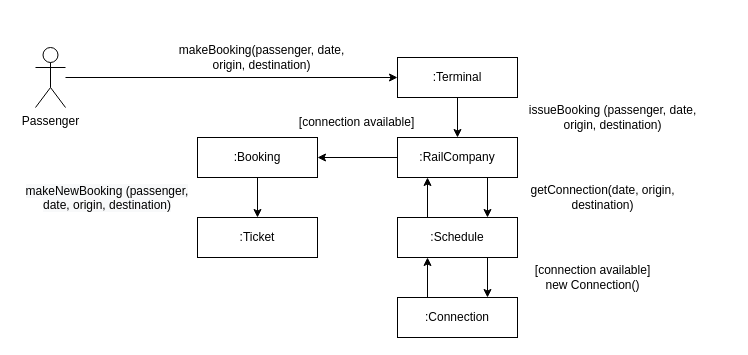
Earlier version of the draw.io diagram problem1_assig4.drawio (nkinesis/soen-6461-a4). Source tidied: cells renumbered, new cells numbered last; positions are measured from the earlier drawing's top-left corner, leaving out a move shared by most shapes. Both pictures are drawn from the tidied source at 100%, with x=0, y=0 at pixel (17, 37).
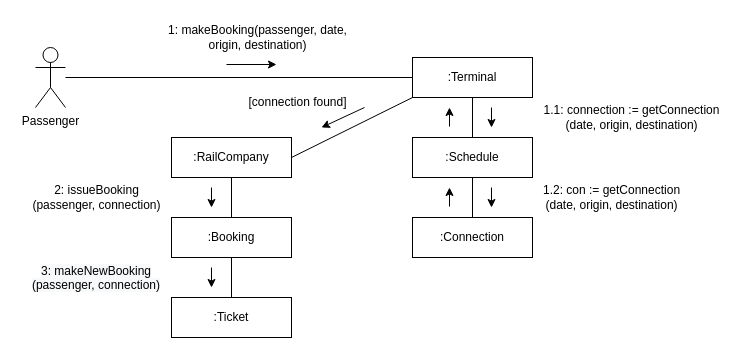
Above is the later version.

Commit message (it also covers changes not shown here):
update diagram and code

The change refers to these unchanged cells:
```xml
<mxCell id="3" value="Passenger&lt;br&gt;" style="shape=umlActor;verticalLabelPosition=bottom;verticalAlign=top;html=1;outlineConnect=0;" parent="1" vertex="1">
  <mxGeometry x="18" y="10" width="30" height="60" as="geometry" />
</mxCell>
```

What changed in the source:
```diff
@@
-    <mxCell id="2" style="edgeStyle=orthogonalEdgeStyle;rounded=0;jettySize=auto;html=1;" parent="1" edge="1" source="3" target="5">
-      <mxGeometry relative="1" as="geometry" />
-    </mxCell>
@@
-    <mxCell id="4" style="edgeStyle=orthogonalEdgeStyle;rounded=0;jettySize=auto;html=1;" parent="1" edge="1" source="5" target="9">
-      <mxGeometry relative="1" as="geometry" />
-    </mxCell>
     <mxCell id="5" value=":Terminal" style="rounded=0;whiteSpace=wrap;html=1;" parent="1" vertex="1">
-      <mxGeometry x="380" y="20" width="120" height="40" as="geometry" />
+      <mxGeometry x="395" y="20" width="120" height="40" as="geometry" />
     </mxCell>
-    <mxCell id="6" value="makeBooking(passenger, date, &lt;br&gt;origin, destination)" style="text;html=1;align=center;verticalAlign=middle;strokeColor=none;fillColor=none;" parent="1" vertex="1">
-      <mxGeometry x="149" width="190" height="40" as="geometry" />
+    <mxCell id="6" value="1: makeBooking(passenger, date, &lt;br&gt;origin, destination)" style="text;html=1;align=center;verticalAlign=middle;strokeColor=none;fillColor=none;" parent="1" vertex="1">
+      <mxGeometry x="140" y="-20" width="200" height="40" as="geometry" />
     </mxCell>
-    <mxCell id="7" style="edgeStyle=orthogonalEdgeStyle;rounded=0;jettySize=auto;html=1;exitX=0;exitY=0.5;exitDx=0;exitDy=0;entryX=1;entryY=0.5;entryDx=0;entryDy=0;" parent="1" edge="1" source="9" target="18">
-      <mxGeometry relative="1" as="geometry" />
-    </mxCell>
-    <mxCell id="8" style="edgeStyle=orthogonalEdgeStyle;rounded=0;jettySize=auto;html=1;exitX=0.75;exitY=1;exitDx=0;exitDy=0;entryX=0.75;entryY=0;entryDx=0;entryDy=0;" parent="1" edge="1" source="9" target="13">
-      <mxGeometry relative="1" as="geometry" />
-    </mxCell>
-    <mxCell id="9" value=":RailCompany" style="rounded=0;whiteSpace=wrap;html=1;" parent="1" vertex="1">
-      <mxGeometry x="380" y="100" width="120" height="40" as="geometry" />
-    </mxCell>
-    <mxCell id="10" value="issueBooking (passenger, date, &lt;br&gt;origin, destination)" style="text;html=1;align=center;verticalAlign=middle;strokeColor=none;fillColor=none;" parent="1" vertex="1">
-      <mxGeometry x="500" y="60" width="190" height="40" as="geometry" />
-    </mxCell>
-    <mxCell id="11" style="edgeStyle=orthogonalEdgeStyle;rounded=0;jettySize=auto;html=1;exitX=0.75;exitY=1;exitDx=0;exitDy=0;entryX=0.75;entryY=0;entryDx=0;entryDy=0;" parent="1" edge="1" source="13" target="16">
-      <mxGeometry relative="1" as="geometry" />
-    </mxCell>
-    <mxCell id="12" style="edgeStyle=orthogonalEdgeStyle;rounded=0;jettySize=auto;html=1;exitX=0.25;exitY=0;exitDx=0;exitDy=0;entryX=0.25;entryY=1;entryDx=0;entryDy=0;" parent="1" edge="1" source="13" target="9">
-      <mxGeometry relative="1" as="geometry" />
-    </mxCell>
     <mxCell id="13" value=":Schedule" style="rounded=0;whiteSpace=wrap;html=1;" parent="1" vertex="1">
-      <mxGeometry x="380" y="180" width="120" height="40" as="geometry" />
+      <mxGeometry x="395" y="100" width="120" height="40" as="geometry" />
     </mxCell>
-    <mxCell id="14" value="getConnection(date, origin,&lt;br&gt;destination)" style="text;html=1;align=center;verticalAlign=middle;strokeColor=none;fillColor=none;" parent="1" vertex="1">
-      <mxGeometry x="500" y="140" width="170" height="40" as="geometry" />
-    </mxCell>
-    <mxCell id="15" style="edgeStyle=orthogonalEdgeStyle;rounded=0;jettySize=auto;html=1;exitX=0.25;exitY=0;exitDx=0;exitDy=0;entryX=0.25;entryY=1;entryDx=0;entryDy=0;" parent="1" edge="1" source="16" target="13">
-      <mxGeometry relative="1" as="geometry" />
-    </mxCell>
     <mxCell id="16" value=":Connection" style="rounded=0;whiteSpace=wrap;html=1;" parent="1" vertex="1">
-      <mxGeometry x="380" y="260" width="120" height="40" as="geometry" />
+      <mxGeometry x="395" y="180" width="120" height="40" as="geometry" />
     </mxCell>
-    <mxCell id="17" style="edgeStyle=orthogonalEdgeStyle;rounded=0;jettySize=auto;html=1;exitX=0.5;exitY=1;exitDx=0;exitDy=0;" parent="1" edge="1" source="18" target="19">
-      <mxGeometry relative="1" as="geometry" />
-    </mxCell>
     <mxCell id="18" value=":Booking" style="rounded=0;whiteSpace=wrap;html=1;" parent="1" vertex="1">
-      <mxGeometry x="180" y="100" width="120" height="40" as="geometry" />
+      <mxGeometry x="154" y="180" width="120" height="40" as="geometry" />
     </mxCell>
     <mxCell id="19" value=":Ticket" style="rounded=0;whiteSpace=wrap;html=1;" parent="1" vertex="1">
-      <mxGeometry x="180" y="180" width="120" height="40" as="geometry" />
+      <mxGeometry x="154" y="260" width="120" height="40" as="geometry" />
     </mxCell>
-    <mxCell id="20" value="&lt;span style=&quot;color: rgb(0, 0, 0); font-family: Helvetica; font-size: 12px; font-style: normal; font-variant-ligatures: normal; font-variant-caps: normal; font-weight: 400; letter-spacing: normal; orphans: 2; text-indent: 0px; text-transform: none; widows: 2; word-spacing: 0px; -webkit-text-stroke-width: 0px; background-color: rgb(248, 249, 250); text-decoration-thickness: initial; text-decoration-style: initial; text-decoration-color: initial; float: none; display: inline !important;&quot;&gt;makeNewBooking (passenger, date, origin,&amp;nbsp;&lt;/span&gt;&lt;span style=&quot;color: rgb(0, 0, 0); font-family: Helvetica; font-size: 12px; font-style: normal; font-variant-ligatures: normal; font-variant-caps: normal; font-weight: 400; letter-spacing: normal; orphans: 2; text-indent: 0px; text-transform: none; widows: 2; word-spacing: 0px; -webkit-text-stroke-width: 0px; background-color: rgb(248, 249, 250); text-decoration-thickness: initial; text-decoration-style: initial; text-decoration-color: initial; float: none; display: inline !important;&quot;&gt;destination)&lt;/span&gt;" style="text;whiteSpace=wrap;html=1;align=center;" parent="1" vertex="1">
-      <mxGeometry y="140" width="180" height="50" as="geometry" />
+    <mxCell id="20" value="&lt;span style=&quot;color: rgb(0, 0, 0); font-family: Helvetica; font-size: 12px; font-style: normal; font-variant-ligatures: normal; font-variant-caps: normal; font-weight: 400; letter-spacing: normal; orphans: 2; text-indent: 0px; text-transform: none; widows: 2; word-spacing: 0px; -webkit-text-stroke-width: 0px; background-color: rgb(248, 249, 250); text-decoration-thickness: initial; text-decoration-style: initial; text-decoration-color: initial; float: none; display: inline !important;&quot;&gt;3: makeNewBooking (passenger,&amp;nbsp;&lt;/span&gt;&lt;span style=&quot;color: rgb(0, 0, 0); font-family: Helvetica; font-size: 12px; font-style: normal; font-variant-ligatures: normal; font-variant-caps: normal; font-weight: 400; letter-spacing: normal; orphans: 2; text-indent: 0px; text-transform: none; widows: 2; word-spacing: 0px; -webkit-text-stroke-width: 0px; background-color: rgb(248, 249, 250); text-decoration-thickness: initial; text-decoration-style: initial; text-decoration-color: initial; float: none; display: inline !important;&quot;&gt;&lt;span style=&quot;&quot;&gt;connection&lt;/span&gt;)&lt;/span&gt;" style="text;whiteSpace=wrap;html=1;align=center;" parent="1" vertex="1">
+      <mxGeometry x="4" y="220" width="150" height="50" as="geometry" />
     </mxCell>
-    <mxCell id="21" value="[connection&amp;nbsp;available]" style="text;html=1;align=center;verticalAlign=middle;strokeColor=none;fillColor=none;" parent="1" vertex="1">
-      <mxGeometry x="269" y="70" width="140" height="30" as="geometry" />
+    <mxCell id="21" value="[connection found]" style="text;html=1;align=center;verticalAlign=middle;strokeColor=none;fillColor=none;rotation=0;" parent="1" vertex="1">
+      <mxGeometry x="220" y="50" width="120" height="30" as="geometry" />
     </mxCell>
-    <mxCell id="22" value="[connection available]&lt;br&gt;new Connection()" style="text;html=1;align=center;verticalAlign=middle;strokeColor=none;fillColor=none;" parent="1" vertex="1">
-      <mxGeometry x="505" y="220" width="140" height="40" as="geometry" />
-    </mxCell>
+    <mxCell id="2" style="endArrow=none;html=1;rounded=0;shadow=0;elbow=vertical;entryX=0;entryY=0.5;entryDx=0;entryDy=0;" parent="1" edge="1" source="3" target="5">
+      <mxGeometry relative="1" as="geometry" />
+    </mxCell>
+    <mxCell id="15" style="endArrow=none;html=1;rounded=0;shadow=0;elbow=vertical;exitX=0.5;exitY=0;exitDx=0;exitDy=0;entryX=0.5;entryY=1;entryDx=0;entryDy=0;" parent="1" edge="1" source="16" target="13">
+      <mxGeometry relative="1" as="geometry" />
+    </mxCell>
+    <mxCell id="23" style="endArrow=classic;html=1;rounded=0;shadow=0;elbow=vertical;" parent="1" edge="1">
+      <mxGeometry relative="1" as="geometry">
+        <mxPoint x="209" y="27" as="sourcePoint" />
+        <mxPoint x="259" y="27" as="targetPoint" />
+      </mxGeometry>
+    </mxCell>
+    <mxCell id="24" style="endArrow=classic;html=1;rounded=0;shadow=0;elbow=vertical;" parent="1" edge="1">
+      <mxGeometry relative="1" as="geometry">
+        <mxPoint x="474" y="70" as="sourcePoint" />
+        <mxPoint x="474" y="90" as="targetPoint" />
+      </mxGeometry>
+    </mxCell>
+    <mxCell id="25" style="endArrow=classic;html=1;rounded=0;shadow=0;elbow=vertical;" parent="1" edge="1">
+      <mxGeometry relative="1" as="geometry">
+        <mxPoint x="474" y="150" as="sourcePoint" />
+        <mxPoint x="474" y="170" as="targetPoint" />
+      </mxGeometry>
+    </mxCell>
+    <mxCell id="26" style="endArrow=classic;html=1;rounded=0;shadow=0;elbow=vertical;" parent="1" edge="1">
+      <mxGeometry relative="1" as="geometry">
+        <mxPoint x="432" y="169" as="sourcePoint" />
+        <mxPoint x="432" y="150" as="targetPoint" />
+      </mxGeometry>
+    </mxCell>
+    <mxCell id="27" style="endArrow=none;html=1;rounded=0;shadow=0;elbow=vertical;entryX=0.5;entryY=1;entryDx=0;entryDy=0;" parent="1" edge="1" source="13" target="5">
+      <mxGeometry relative="1" as="geometry" />
+    </mxCell>
+    <mxCell id="9" value=":RailCompany" style="rounded=0;whiteSpace=wrap;html=1;" parent="1" vertex="1">
+      <mxGeometry x="154" y="100" width="120" height="40" as="geometry" />
+    </mxCell>
+    <mxCell id="28" style="endArrow=none;html=1;rounded=0;shadow=0;elbow=vertical;entryX=0.5;entryY=1;entryDx=0;entryDy=0;exitX=0.5;exitY=0;exitDx=0;exitDy=0;" parent="1" edge="1" source="18" target="9">
+      <mxGeometry relative="1" as="geometry" />
+    </mxCell>
+    <mxCell id="29" style="endArrow=none;html=1;rounded=0;shadow=0;elbow=vertical;entryX=0.5;entryY=1;entryDx=0;entryDy=0;" parent="1" edge="1" source="19" target="18">
+      <mxGeometry relative="1" as="geometry" />
+    </mxCell>
+    <mxCell id="30" value="2:&amp;nbsp;issueBooking &lt;br&gt;(passenger, connection)" style="text;html=1;align=center;verticalAlign=middle;strokeColor=none;fillColor=none;" parent="1" vertex="1">
+      <mxGeometry x="4" y="140" width="150" height="40" as="geometry" />
+    </mxCell>
+    <mxCell id="31" value="1.1: connection := getConnection&lt;br&gt;(date, origin, destination)" style="text;html=1;align=center;verticalAlign=middle;strokeColor=none;fillColor=none;" parent="1" vertex="1">
+      <mxGeometry x="514" y="60" width="200" height="40" as="geometry" />
+    </mxCell>
+    <mxCell id="32" value="1.2: con := getConnection&lt;br&gt;(date, origin, destination)" style="text;html=1;align=center;verticalAlign=middle;strokeColor=none;fillColor=none;" parent="1" vertex="1">
+      <mxGeometry x="514" y="140" width="160" height="40" as="geometry" />
+    </mxCell>
+    <mxCell id="33" style="endArrow=classic;html=1;rounded=0;shadow=0;elbow=vertical;" parent="1" edge="1">
+      <mxGeometry relative="1" as="geometry">
+        <mxPoint x="194" y="150" as="sourcePoint" />
+        <mxPoint x="194" y="170" as="targetPoint" />
+      </mxGeometry>
+    </mxCell>
+    <mxCell id="34" style="endArrow=classic;html=1;rounded=0;shadow=0;elbow=vertical;" parent="1" edge="1">
+      <mxGeometry relative="1" as="geometry">
+        <mxPoint x="194" y="230" as="sourcePoint" />
+        <mxPoint x="194" y="250" as="targetPoint" />
+      </mxGeometry>
+    </mxCell>
+    <mxCell id="35" style="endArrow=none;html=1;rounded=0;shadow=0;elbow=vertical;exitX=1;exitY=0.5;exitDx=0;exitDy=0;entryX=0;entryY=1;entryDx=0;entryDy=0;" parent="1" edge="1" source="9" target="5">
+      <mxGeometry relative="1" as="geometry" />
+    </mxCell>
+    <mxCell id="36" style="endArrow=classic;html=1;rounded=0;shadow=0;elbow=vertical;" parent="1" edge="1">
+      <mxGeometry relative="1" as="geometry">
+        <mxPoint x="347" y="70" as="sourcePoint" />
+        <mxPoint x="304" y="90" as="targetPoint" />
+      </mxGeometry>
+    </mxCell>
+    <mxCell id="37" style="endArrow=classic;html=1;rounded=0;shadow=0;elbow=vertical;" parent="1" edge="1">
+      <mxGeometry relative="1" as="geometry">
+        <mxPoint x="432" y="89" as="sourcePoint" />
+        <mxPoint x="432" y="70" as="targetPoint" />
+      </mxGeometry>
+    </mxCell>
```
